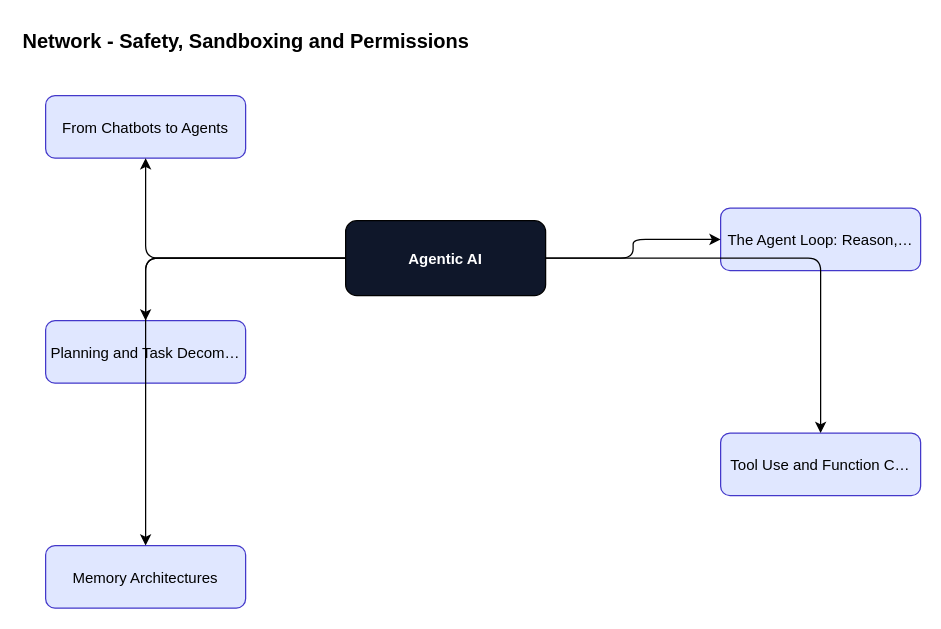
The draw.io diagram content/agentic-ai/agentic-ai-foundations/diagrams/fig-012-network.drawio in ankit05121980/AI-University, before the edit. Source tidied: cells renumbered, new cells numbered last; positions are measured from the earlier drawing's top-left corner, leaving out a move shared by most shapes. Both pictures are drawn from the tidied source at 125%, with x=0, y=0 at pixel (20, 20).
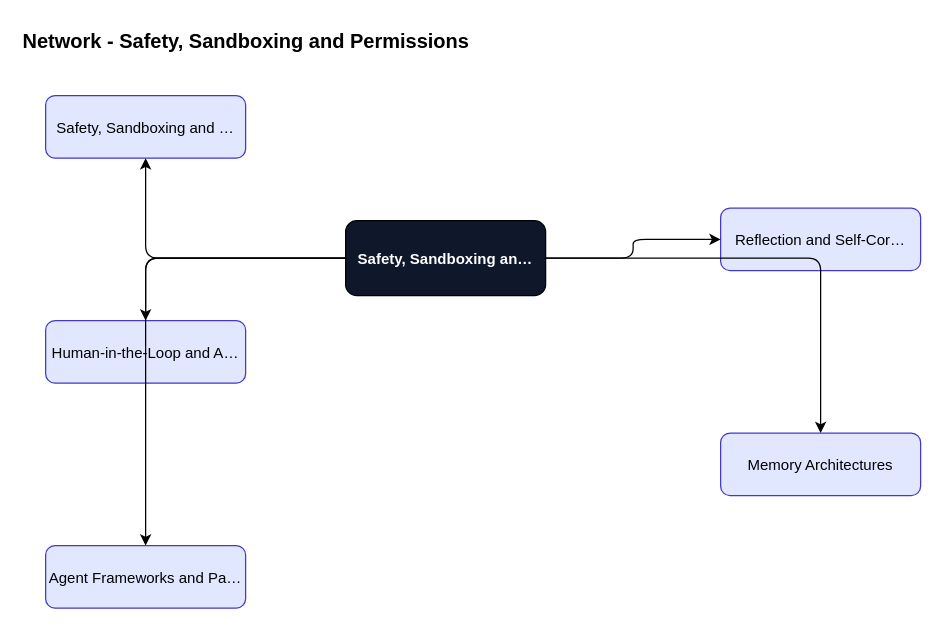
After the change.

Change to the diagram source:
```diff
@@
 <mxGraphModel>
   <root>
     <mxCell id="0" />
     <mxCell id="1" parent="0" />
     <mxCell id="2" value="Network - Safety, Sandboxing and Permissions" style="text;fontSize=16;fontStyle=1;" parent="1" vertex="1">
       <mxGeometry width="600" height="30" as="geometry" />
     </mxCell>
-    <mxCell id="3" value="Agentic AI" style="rounded=1;fillColor=#0f172a;fontColor=#ffffff;fontStyle=1;" parent="1" vertex="1">
+    <mxCell id="3" value="Safety, Sandboxing an…" style="rounded=1;fillColor=#0f172a;fontColor=#ffffff;fontStyle=1;" parent="1" vertex="1">
       <mxGeometry x="260" y="160" width="160" height="60" as="geometry" />
     </mxCell>
-    <mxCell id="4" value="From Chatbots to Agents" style="rounded=1;fillColor=#e0e7ff;strokeColor=#4338ca;" parent="1" vertex="1">
+    <mxCell id="4" value="Safety, Sandboxing and …" style="rounded=1;fillColor=#e0e7ff;strokeColor=#4338ca;" parent="1" vertex="1">
       <mxGeometry x="20" y="60" width="160" height="50" as="geometry" />
     </mxCell>
     <mxCell id="5" style="edgeStyle=orthogonalEdgeStyle;" parent="1" edge="1" source="3" target="4">
       <mxGeometry relative="1" as="geometry" />
     </mxCell>
-    <mxCell id="6" value="The Agent Loop: Reason,…" style="rounded=1;fillColor=#e0e7ff;strokeColor=#4338ca;" parent="1" vertex="1">
+    <mxCell id="6" value="Reflection and Self-Cor…" style="rounded=1;fillColor=#e0e7ff;strokeColor=#4338ca;" parent="1" vertex="1">
       <mxGeometry x="560" y="150" width="160" height="50" as="geometry" />
     </mxCell>
     <mxCell id="7" style="edgeStyle=orthogonalEdgeStyle;" parent="1" edge="1" source="3" target="6">
       <mxGeometry relative="1" as="geometry" />
     </mxCell>
-    <mxCell id="8" value="Planning and Task Decom…" style="rounded=1;fillColor=#e0e7ff;strokeColor=#4338ca;" parent="1" vertex="1">
+    <mxCell id="8" value="Human-in-the-Loop and A…" style="rounded=1;fillColor=#e0e7ff;strokeColor=#4338ca;" parent="1" vertex="1">
       <mxGeometry x="20" y="240" width="160" height="50" as="geometry" />
     </mxCell>
     <mxCell id="9" style="edgeStyle=orthogonalEdgeStyle;" parent="1" edge="1" source="3" target="8">
       <mxGeometry relative="1" as="geometry" />
     </mxCell>
-    <mxCell id="10" value="Tool Use and Function C…" style="rounded=1;fillColor=#e0e7ff;strokeColor=#4338ca;" parent="1" vertex="1">
+    <mxCell id="10" value="Memory Architectures" style="rounded=1;fillColor=#e0e7ff;strokeColor=#4338ca;" parent="1" vertex="1">
       <mxGeometry x="560" y="330" width="160" height="50" as="geometry" />
     </mxCell>
     <mxCell id="11" style="edgeStyle=orthogonalEdgeStyle;" parent="1" edge="1" source="3" target="10">
       <mxGeometry relative="1" as="geometry" />
     </mxCell>
-    <mxCell id="12" value="Memory Architectures" style="rounded=1;fillColor=#e0e7ff;strokeColor=#4338ca;" parent="1" vertex="1">
+    <mxCell id="12" value="Agent Frameworks and Pa…" style="rounded=1;fillColor=#e0e7ff;strokeColor=#4338ca;" parent="1" vertex="1">
       <mxGeometry x="20" y="420" width="160" height="50" as="geometry" />
     </mxCell>
     <mxCell id="13" style="edgeStyle=orthogonalEdgeStyle;" parent="1" edge="1" source="3" target="12">
       <mxGeometry relative="1" as="geometry" />
     </mxCell>
   </root>
 </mxGraphModel>
```
